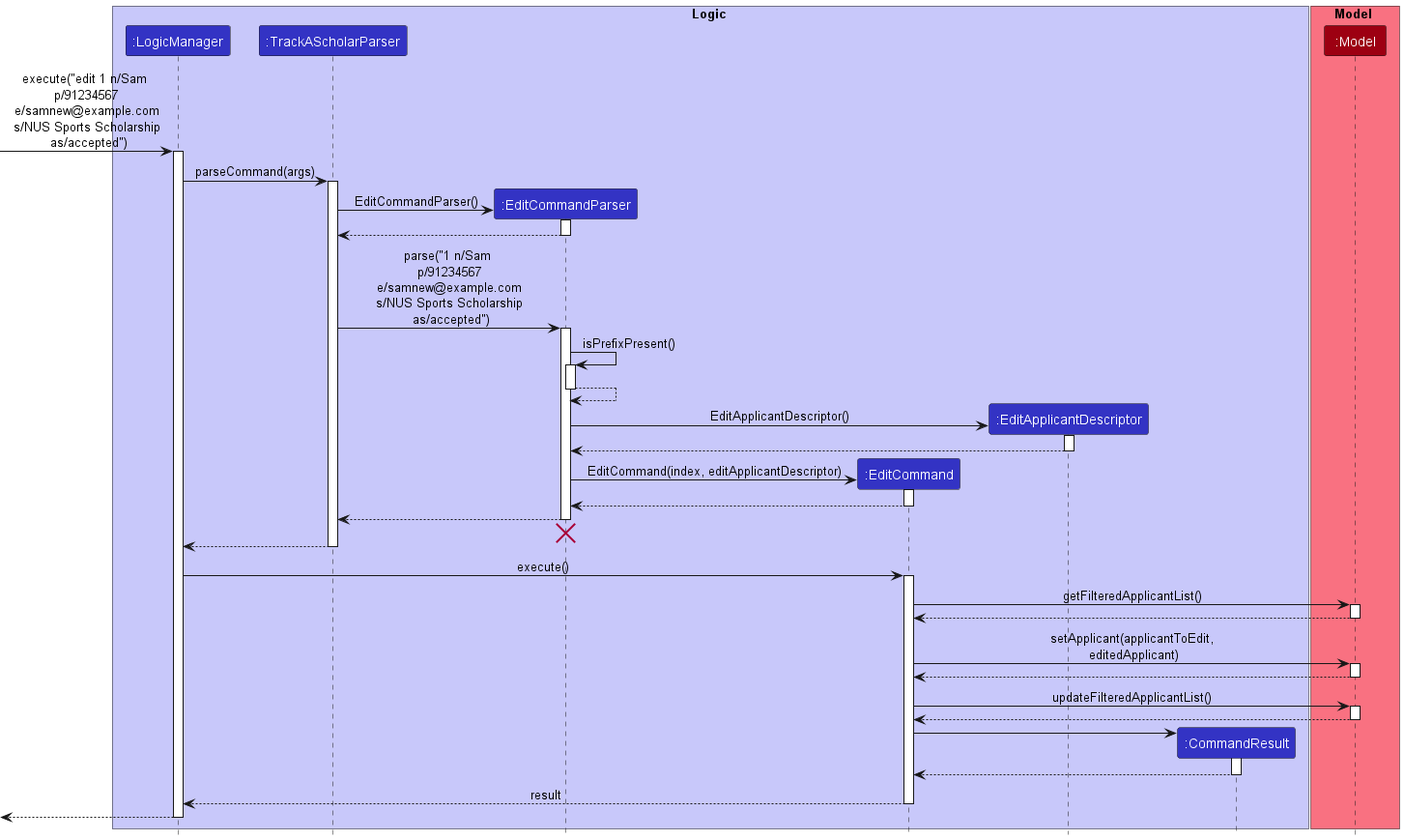
Earlier version of the PlantUML export docs/images/EditSequenceDiagram.png (nus-cs2103-AY2223S1/tp).
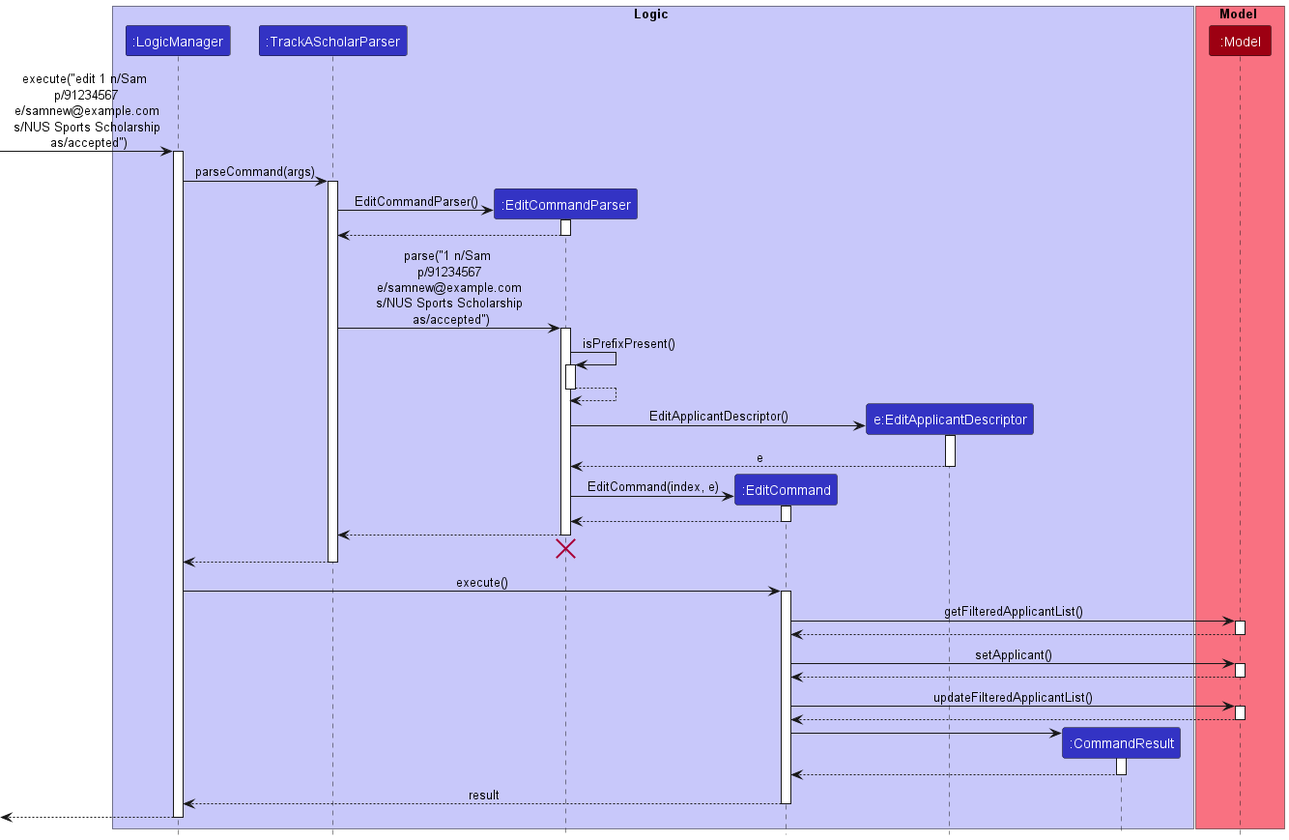
Later version of the same file.

The edit, as a diff of the source:
```diff
@@ -8,7 +8,7 @@
 participant ":EditCommandParser" as EditCommandParser LOGIC_COLOR
 
 participant ":EditCommand" as EditCommand LOGIC_COLOR
-participant ":EditApplicantDescriptor" as EditApplicantDescriptor LOGIC_COLOR
+participant "e:EditApplicantDescriptor" as EditApplicantDescriptor LOGIC_COLOR
 participant ":CommandResult" as CommandResult LOGIC_COLOR
 end box
 
@@ -44,11 +44,11 @@
 EditCommandParser -> EditApplicantDescriptor : EditApplicantDescriptor()
 activate EditApplicantDescriptor
 
-EditApplicantDescriptor --> EditCommandParser
+EditApplicantDescriptor --> EditCommandParser : e
 deactivate EditApplicantDescriptor
 
 create EditCommand
-EditCommandParser -> EditCommand : EditCommand(index, editApplicantDescriptor)
+EditCommandParser -> EditCommand : EditCommand(index, e)
 activate EditCommand
 
 EditCommand --> EditCommandParser
@@ -72,7 +72,7 @@
 Model --> EditCommand
 deactivate
 
-EditCommand -> Model : setApplicant(applicantToEdit,\n editedApplicant)
+EditCommand -> Model : setApplicant()
 activate Model
 
 Model --> EditCommand
```
